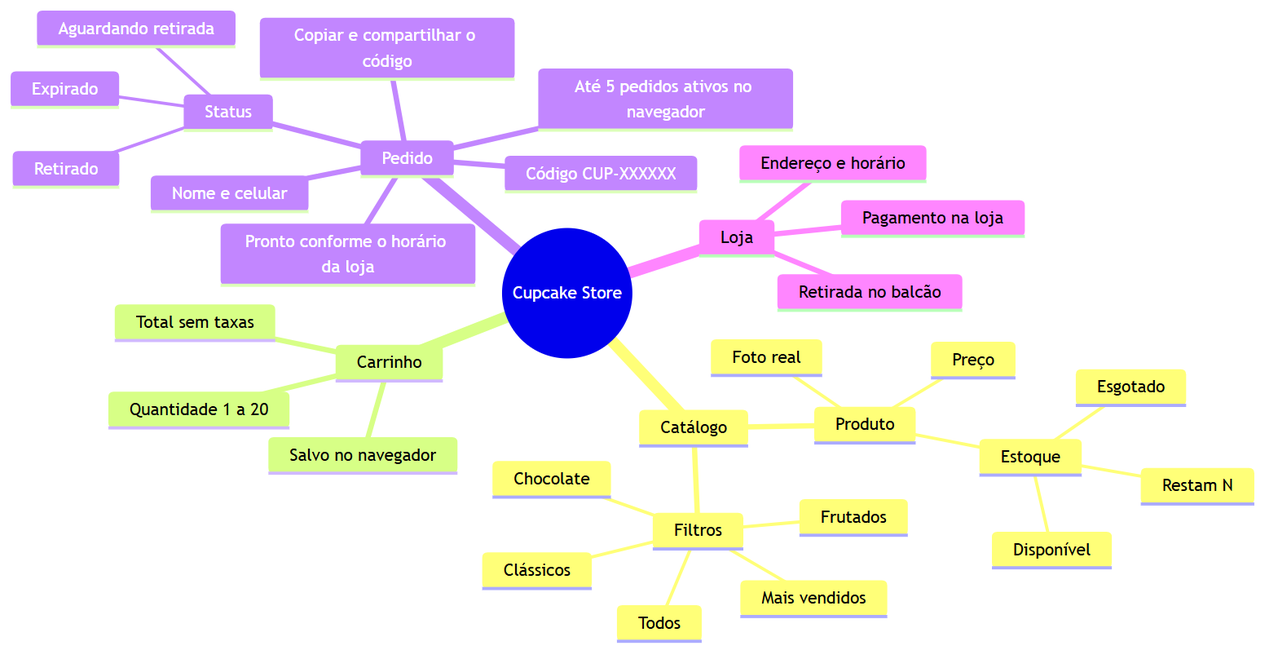
Earlier version of the Mermaid export docs/diagrams/user-flows/conceptual-map.png (tiagopacedev/cupcake-app). Its source is kept beside it as docs/diagrams/user-flows/conceptual-map.mmd.
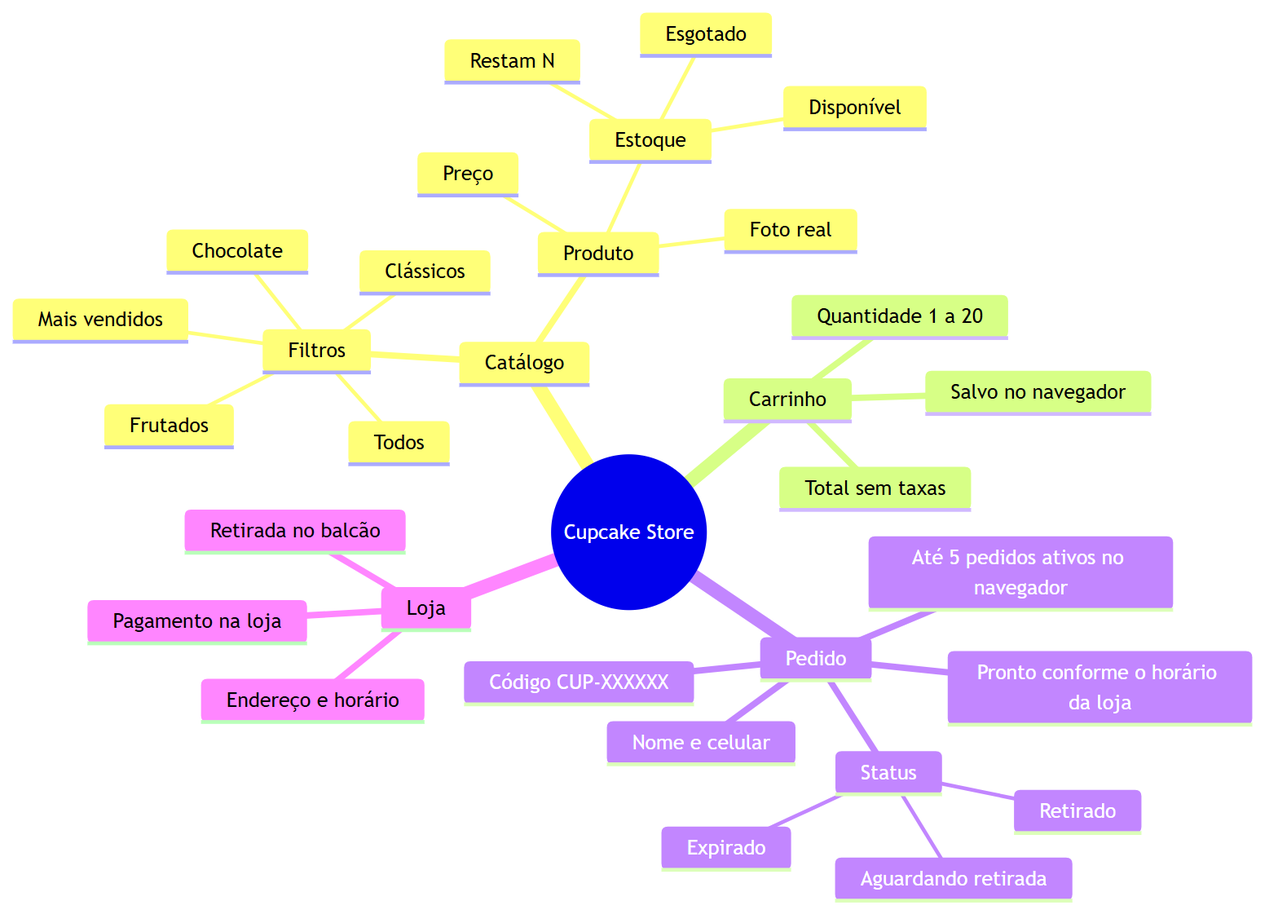
Later version of the same file.

The edit, as a diff of the source:
```diff
@@ -23,7 +23,6 @@
       Código CUP-XXXXXX
       Pronto conforme o horário da loja
       Até 5 pedidos ativos no navegador
-      Copiar e compartilhar o código
       Status
         Aguardando retirada
         Retirado
```
